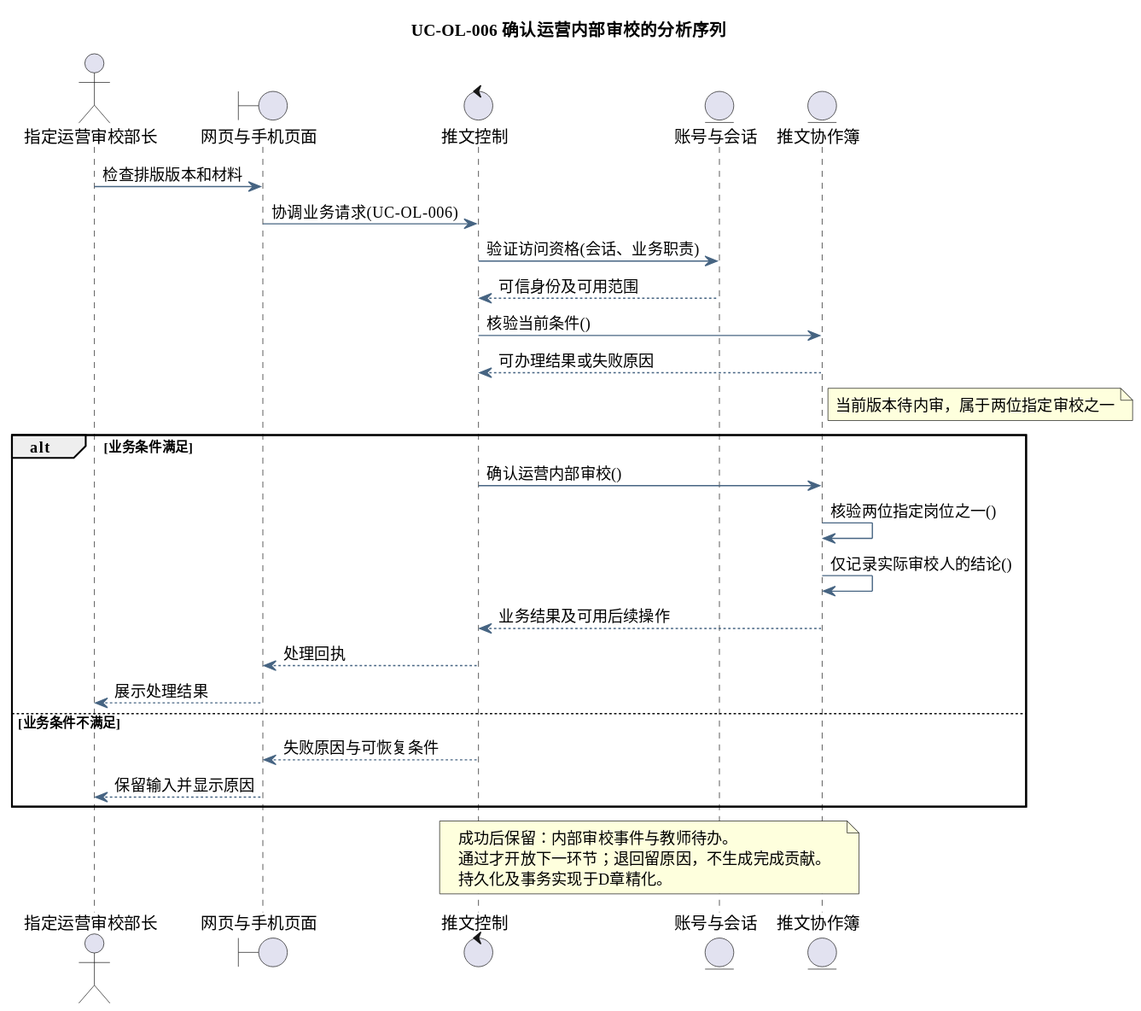
Above: docs/diagrams/analysis/seq-uc-ol-006.svg in tccc1csu/miniprogram-csu (PlantUML), before the change.
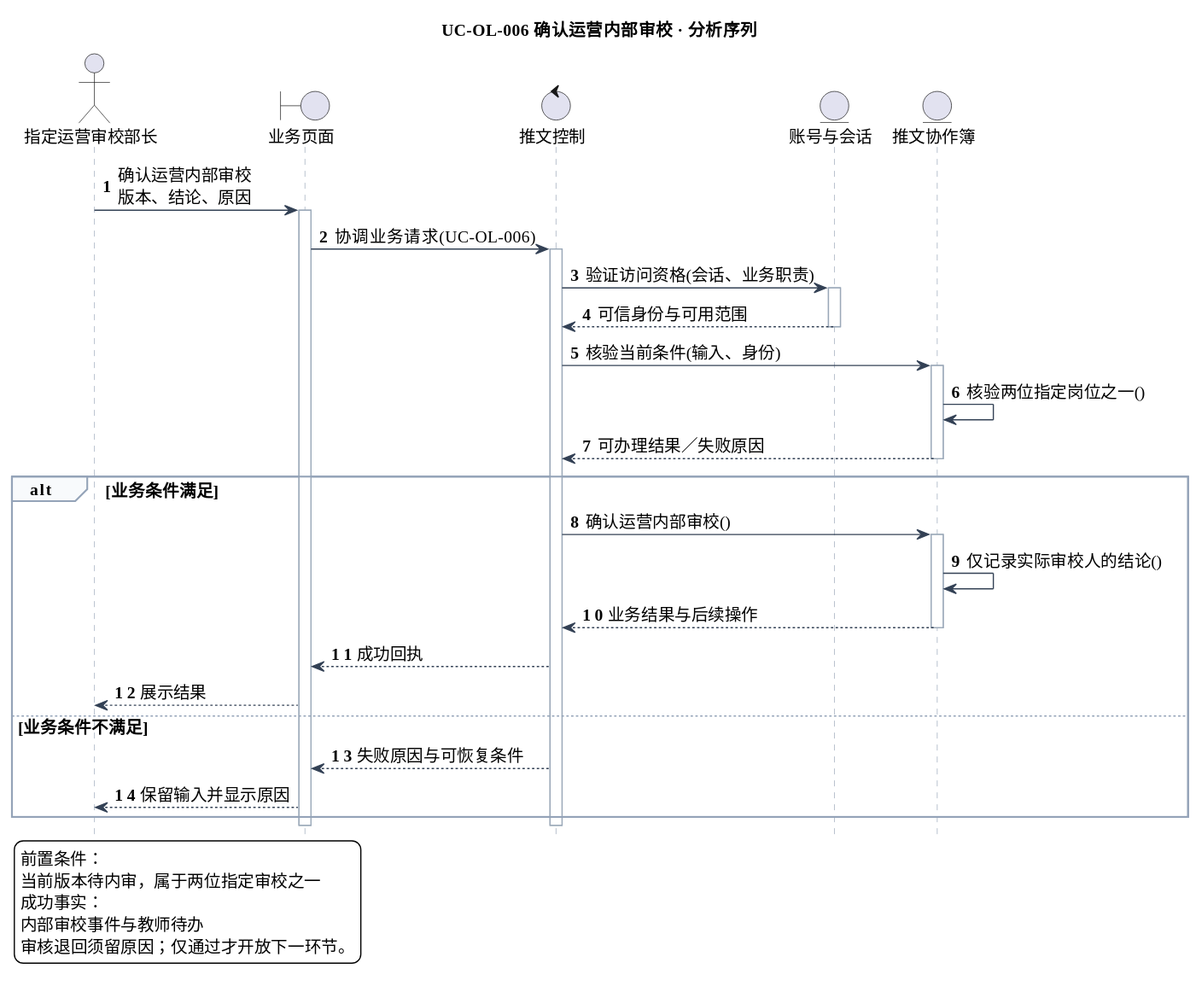
The same diagram one commit later.

Diff of the diagram source:
```diff
@@ -5,35 +5,53 @@
 skinparam ArrowColor #466482
 skinparam classAttributeIconSize 0
 hide empty members
-title UC-OL-006 确认运营内部审校的分析序列
+skinparam defaultFontSize 14
+skinparam sequenceLifeLineBorderColor #9AA8B8
+skinparam sequenceArrowColor #334155
+skinparam sequenceGroupBorderColor #94A3B8
+skinparam sequenceGroupBackgroundColor #F8FAFC
+skinparam sequenceParticipantPadding 18
+skinparam maxMessageSize 240
+hide footbox
+autonumber
+title UC-OL-006 确认运营内部审校 · 分析序列
 actor "指定运营审校部长" as actor
-boundary "网页与手机页面" as page
+boundary "业务页面" as page
 control "推文控制" as ctl
 entity "账号与会话" as identity
 entity "推文协作簿" as model
-actor -> page : 检查排版版本和材料
+actor -> page : 确认运营内部审校\n版本、结论、原因
+activate page
 page -> ctl : 协调业务请求(UC-OL-006)
+activate ctl
 ctl -> identity : 验证访问资格(会话、业务职责)
-identity --> ctl : 可信身份及可用范围
-ctl -> model : 核验当前条件()
-model --> ctl : 可办理结果或失败原因
-note right of model
-当前版本待内审，属于两位指定审校之一
-end note
+activate identity
+identity --> ctl : 可信身份与可用范围
+deactivate identity
+ctl -> model : 核验当前条件(输入、身份)
+activate model
+model -> model : 核验两位指定岗位之一()
+model --> ctl : 可办理结果／失败原因
+deactivate model
 alt 业务条件满足
 ctl -> model : 确认运营内部审校()
-model -> model : 核验两位指定岗位之一()
+activate model
 model -> model : 仅记录实际审校人的结论()
-model --> ctl : 业务结果及可用后续操作
-ctl --> page : 处理回执
-page --> actor : 展示处理结果
+model --> ctl : 业务结果与后续操作
+deactivate model
+ctl --> page : 成功回执
+page --> actor : 展示结果
 else 业务条件不满足
 ctl --> page : 失败原因与可恢复条件
 page --> actor : 保留输入并显示原因
 end
-note over ctl,model
-成功后保留：内部审校事件与教师待办。
-通过才开放下一环节；退回留原因，不生成完成贡献。
-持久化及事务实现于D章精化。
-end note
+deactivate ctl
+deactivate page
+legend bottom left
+前置条件：
+当前版本待内审，属于两位指定审校之一
+成功事实：
+内部审校事件与教师待办
+审核退回须留原因；仅通过才开放下一环节。
+endlegend
 @enduml
```
